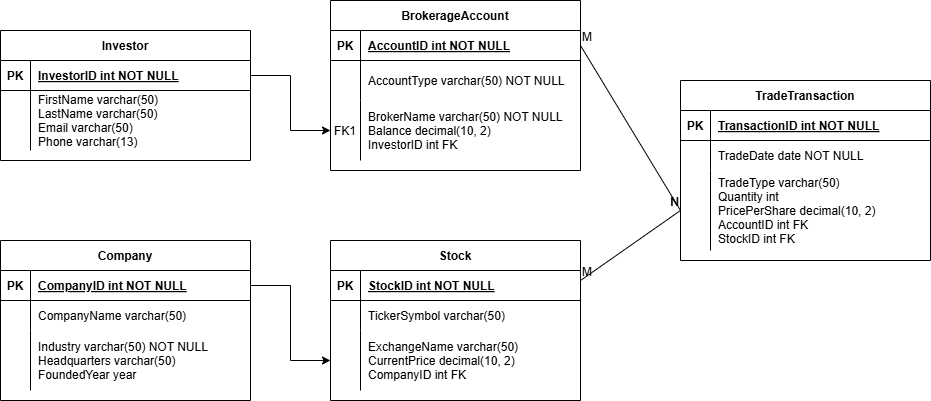
This is CS420_Assignment5.png from Jhkpop/CS420_Assignment5, a draw.io export, as it was before one commit. Source tidied: cells renumbered, new cells last; positions are measured from the earlier drawing's top-left corner, leaving out a move shared by most shapes.
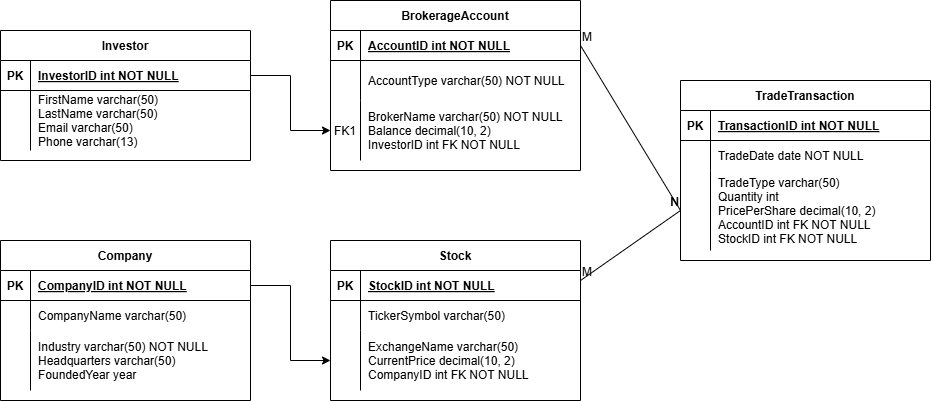
Later version of the same file.

Commit message:
Added NOT NULL to foreign keys

Change to the diagram source:
```diff
@@ -29,7 +29,7 @@
     <mxCell id="10" value="FK1" style="shape=partialRectangle;overflow=hidden;fillColor=none;top=0;left=0;bottom=0;right=0;" parent="9" vertex="1">
       <mxGeometry width="30" height="60" as="geometry" />
     </mxCell>
-    <mxCell id="11" value="BrokerName varchar(50) NOT NULL&#10;Balance decimal(10, 2)&#10;InvestorID int FK" style="shape=partialRectangle;overflow=hidden;fillColor=none;top=0;left=0;bottom=0;right=0;align=left;spacingLeft=6;" parent="9" vertex="1">
+    <mxCell id="11" value="BrokerName varchar(50) NOT NULL&#10;Balance decimal(10, 2)&#10;InvestorID int FK NOT NULL" style="shape=partialRectangle;overflow=hidden;fillColor=none;top=0;left=0;bottom=0;right=0;align=left;spacingLeft=6;" parent="9" vertex="1">
       <mxGeometry x="30" width="220" height="60" as="geometry" />
     </mxCell>
     <mxCell id="12" value="Company" style="shape=table;startSize=30;rowLines=0;fontStyle=1;align=center;" parent="1" vertex="1">
@@ -110,7 +110,7 @@
     <mxCell id="37" style="shape=partialRectangle;overflow=hidden;fillColor=none;top=0;left=0;bottom=0;right=0;" parent="36" vertex="1">
       <mxGeometry width="30" height="60" as="geometry" />
     </mxCell>
-    <mxCell id="38" value="ExchangeName varchar(50)&#10;CurrentPrice decimal(10, 2)&#10;CompanyID int FK" style="shape=partialRectangle;overflow=hidden;fillColor=none;top=0;left=0;bottom=0;right=0;align=left;spacingLeft=6;" parent="36" vertex="1">
+    <mxCell id="38" value="ExchangeName varchar(50)&#10;CurrentPrice decimal(10, 2)&#10;CompanyID int FK NOT NULL" style="shape=partialRectangle;overflow=hidden;fillColor=none;top=0;left=0;bottom=0;right=0;align=left;spacingLeft=6;" parent="36" vertex="1">
       <mxGeometry x="30" width="220" height="60" as="geometry" />
     </mxCell>
     <mxCell id="39" value="TradeTransaction" style="shape=table;startSize=30;rowLines=0;fontStyle=1;align=center;" parent="1" vertex="1">
@@ -140,7 +140,7 @@
     <mxCell id="47" style="shape=partialRectangle;overflow=hidden;fillColor=none;top=0;left=0;bottom=0;right=0;" parent="46" vertex="1">
       <mxGeometry width="30" height="80" as="geometry" />
     </mxCell>
-    <mxCell id="48" value="TradeType varchar(50)&#10;Quantity int&#10;PricePerShare decimal(10, 2)&#10;AccountID int FK&#10;StockID int FK" style="shape=partialRectangle;overflow=hidden;fillColor=none;top=0;left=0;bottom=0;right=0;align=left;spacingLeft=6;" parent="46" vertex="1">
+    <mxCell id="48" value="TradeType varchar(50)&#10;Quantity int&#10;PricePerShare decimal(10, 2)&#10;AccountID int FK NOT NULL&#10;StockID int FK NOT NULL" style="shape=partialRectangle;overflow=hidden;fillColor=none;top=0;left=0;bottom=0;right=0;align=left;spacingLeft=6;" parent="46" vertex="1">
       <mxGeometry x="30" width="220" height="80" as="geometry" />
     </mxCell>
     <mxCell id="49" style="edgeStyle=orthogonalEdgeStyle;rounded=0;jettySize=auto;html=1;exitX=1;exitY=0.5;exitDx=0;exitDy=0;entryX=0;entryY=0.5;entryDx=0;entryDy=0;" parent="1" edge="1" source="23" target="9">
```
